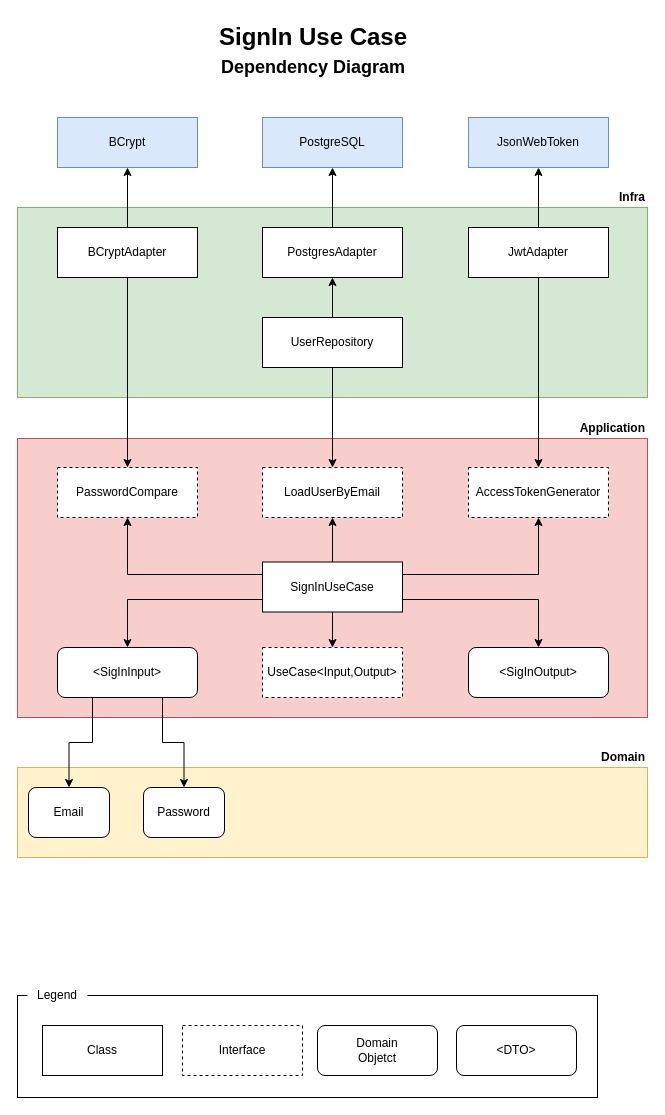
Before: page "SignIn" (1 of 3) of unifrota/doc/unifrota/auth/signin.drawio in uespi-phb/20261-tec2, a draw.io diagram. Source tidied: cells renumbered, new cells numbered last; positions are measured from the earlier drawing's top-left corner, leaving out a move shared by most shapes. Both pictures are drawn from the tidied source at 100%, with x=0, y=0 at pixel (17, 17).
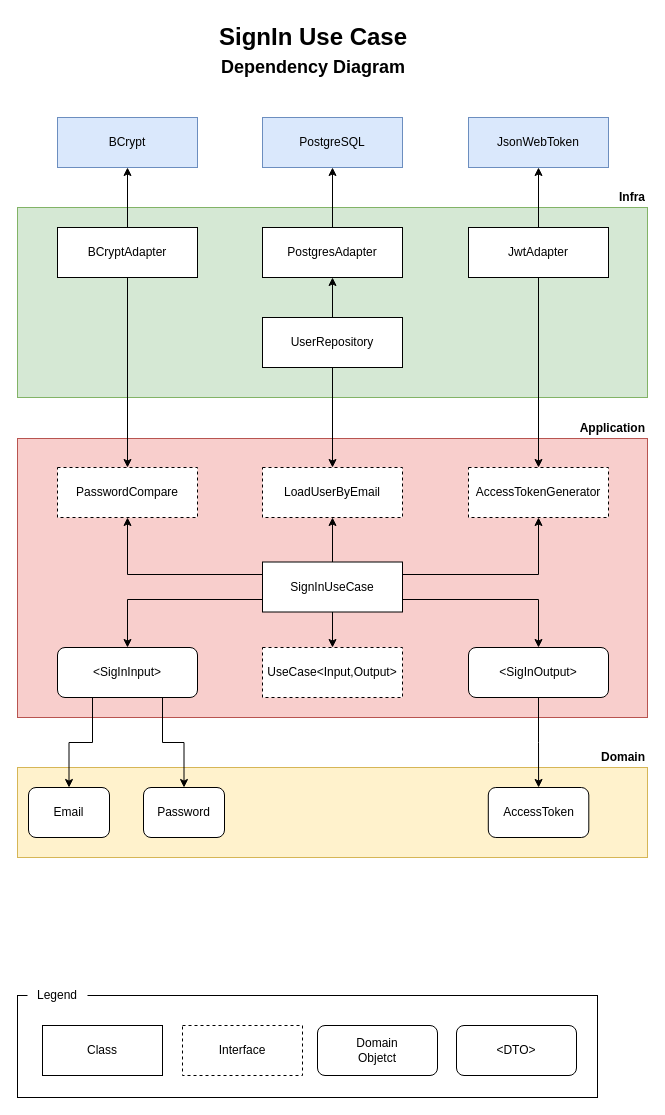
The same page after the edit.

The change refers to these unchanged cells:
```xml
<mxCell id="38" value="&amp;lt;SigInOutput&amp;gt;" style="rounded=1;whiteSpace=wrap;html=1;" parent="1" vertex="1">
  <mxGeometry x="451" y="630" width="140" height="50" as="geometry" />
</mxCell>
```

What changed in the source:
```diff
@@
+    <mxCell id="47" style="edgeStyle=orthogonalEdgeStyle;rounded=0;jettySize=auto;html=1;" parent="1" edge="1" source="38" target="48">
+      <mxGeometry relative="1" as="geometry" />
+    </mxCell>
@@
+    <mxCell id="48" value="AccessToken" style="rounded=1;whiteSpace=wrap;html=1;" parent="1" vertex="1">
+      <mxGeometry x="470.8" y="770" width="100.5" height="50" as="geometry" />
+    </mxCell>
```
